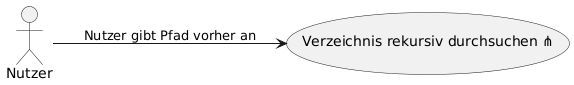
Before: wiki/topics/Inkremente/00/Diagramme/Anforderungsanalyse_006.png, a diagram exported from PlantUML (SoftwareEngineeringOne/wiki). The source it was exported from:
```plantuml
@startuml
left to right direction

"Verzeichnis rekursiv durchsuchen ⋔" as (Use)
:Nutzer: --> (Use): Nutzer gibt Pfad vorher an

@enduml
```
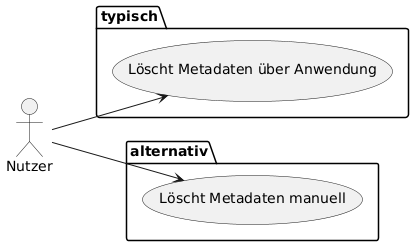
After the commit.

What changed in the source:
```diff
@@ -1,7 +1,14 @@
 @startuml
 left to right direction
 
-"Verzeichnis rekursiv durchsuchen ⋔" as (Use)
-:Nutzer: --> (Use): Nutzer gibt Pfad vorher an
+actor Nutzer as u
+
+package typisch {
+u --> (Löscht Metadaten über Anwendung)
+}
+
+package alternativ {
+u --> (Löscht Metadaten manuell)
+}
 
 @enduml
```
